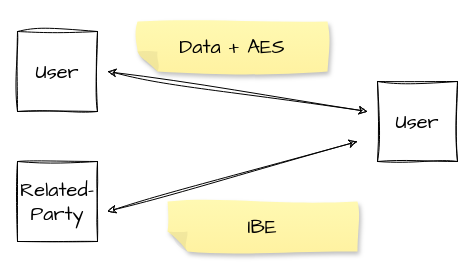
Before: Untitled_solution Diagram.drawio in superKool/CP-ABE, a draw.io diagram. Source tidied: cells renumbered, new cells numbered last; positions are measured from the earlier drawing's top-left corner, leaving out a move shared by most shapes. Both pictures are drawn from the tidied source at 100%, with x=0, y=0 at pixel (17, 21).
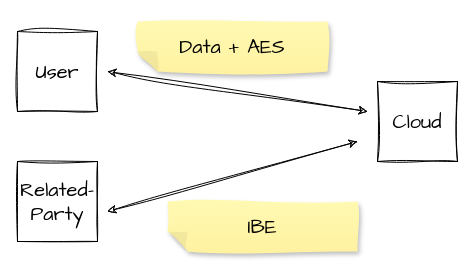
Above is the later version.

What changed in the source:
```diff
@@
 <mxGraphModel>
   <root>
     <mxCell id="0" />
     <mxCell id="1" parent="0" />
     <mxCell id="2" value="User" style="whiteSpace=wrap;html=1;sketch=1;hachureGap=4;jiggle=2;curveFitting=1;fontFamily=Architects Daughter;fontSize=20;" parent="1" vertex="1">
       <mxGeometry y="10" width="80" height="80" as="geometry" />
     </mxCell>
-    <mxCell id="3" value="User" style="whiteSpace=wrap;html=1;sketch=1;hachureGap=4;jiggle=2;curveFitting=1;fontFamily=Architects Daughter;fontSize=20;" parent="1" vertex="1">
+    <mxCell id="3" value="Cloud" style="whiteSpace=wrap;html=1;sketch=1;hachureGap=4;jiggle=2;curveFitting=1;fontFamily=Architects Daughter;fontSize=20;" parent="1" vertex="1">
       <mxGeometry x="360" y="60" width="80" height="80" as="geometry" />
     </mxCell>
     <mxCell id="4" value="Related-Party" style="whiteSpace=wrap;html=1;sketch=1;hachureGap=4;jiggle=2;curveFitting=1;fontFamily=Architects Daughter;fontSize=20;" parent="1" vertex="1">
       <mxGeometry y="140" width="80" height="80" as="geometry" />
     </mxCell>
     <mxCell id="5" style="endArrow=classic;startArrow=classic;html=1;rounded=0;sketch=1;hachureGap=4;jiggle=2;curveFitting=1;fontFamily=Architects Daughter;fontSize=16;" parent="1" edge="1">
       <mxGeometry relative="1" as="geometry">
         <mxPoint x="90" y="190" as="sourcePoint" />
         <mxPoint x="340" y="120" as="targetPoint" />
       </mxGeometry>
     </mxCell>
     <mxCell id="6" style="endArrow=classic;startArrow=classic;html=1;rounded=0;sketch=1;hachureGap=4;jiggle=2;curveFitting=1;fontFamily=Architects Daughter;fontSize=16;" parent="1" edge="1">
       <mxGeometry relative="1" as="geometry">
         <mxPoint x="90" y="50" as="sourcePoint" />
         <mxPoint x="350" y="90" as="targetPoint" />
       </mxGeometry>
     </mxCell>
     <mxCell id="7" value="Data + AES" style="shape=note;whiteSpace=wrap;html=1;backgroundOutline=1;fontColor=#000000;darkOpacity=0.05;fillColor=#FFF9B2;strokeColor=none;fillStyle=solid;direction=west;gradientDirection=north;gradientColor=#FFF2A1;shadow=1;size=20;sketch=1;hachureGap=4;jiggle=2;curveFitting=1;fontFamily=Architects Daughter;fontSize=20;" parent="1" vertex="1">
       <mxGeometry x="120" width="190" height="50" as="geometry" />
     </mxCell>
     <mxCell id="8" value="IBE" style="shape=note;whiteSpace=wrap;html=1;backgroundOutline=1;fontColor=#000000;darkOpacity=0.05;fillColor=#FFF9B2;strokeColor=none;fillStyle=solid;direction=west;gradientDirection=north;gradientColor=#FFF2A1;shadow=1;size=20;sketch=1;hachureGap=4;jiggle=2;curveFitting=1;fontFamily=Architects Daughter;fontSize=20;" parent="1" vertex="1">
       <mxGeometry x="150" y="180" width="190" height="50" as="geometry" />
     </mxCell>
   </root>
 </mxGraphModel>
```
